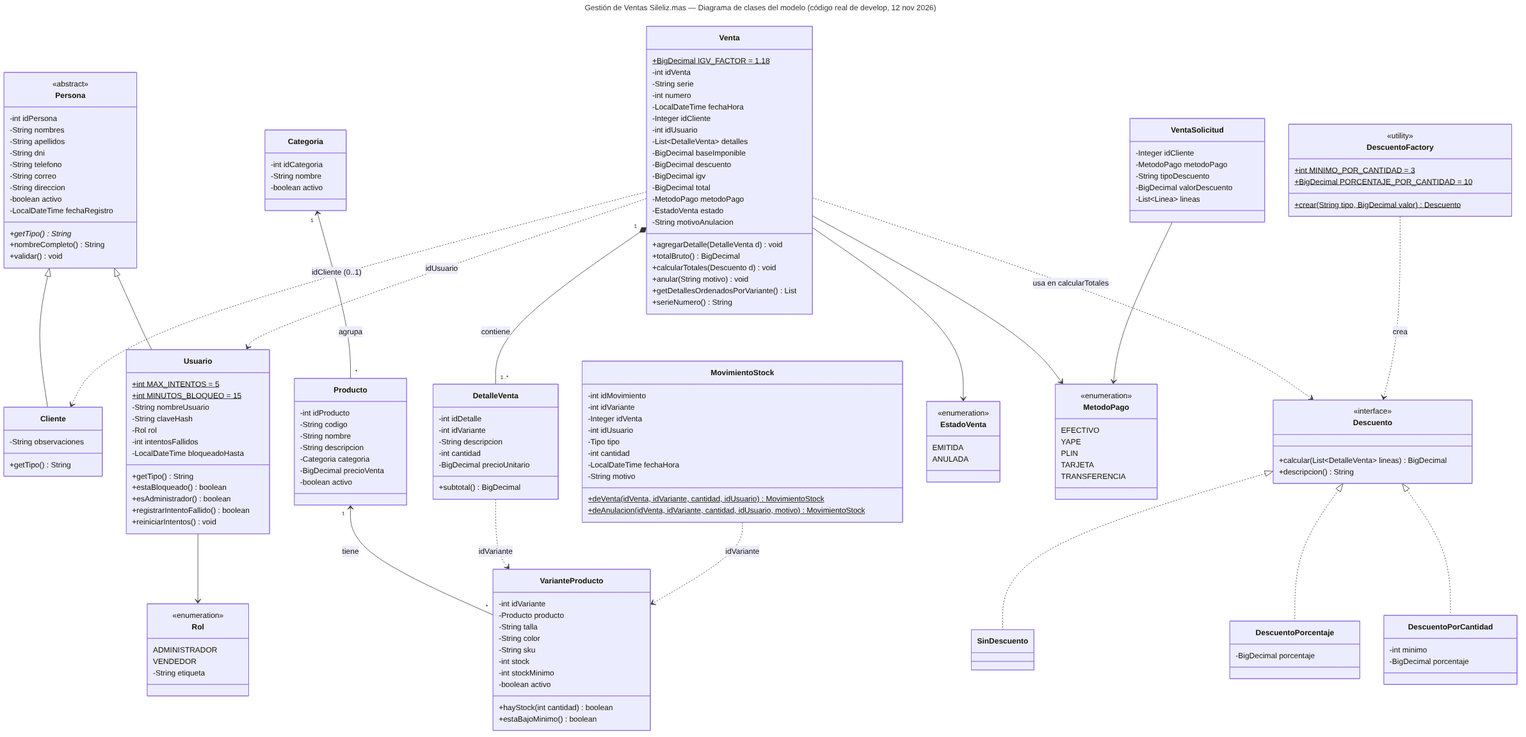
Earlier version of the Mermaid export docs/diagrama-clases.png (mateoazabache-art/sistema-ventas-sileliz). Its source is kept beside it as docs/diagrama-clases.mmd. Source of this version:
```mermaid
---
title: Gestión de Ventas Sileliz.mas — Diagrama de clases del modelo (código real de develop, 12 nov 2026)
---
classDiagram
    direction TB

    class Persona {
        <<abstract>>
        -int idPersona
        -String nombres
        -String apellidos
        -String dni
        -String telefono
        -String correo
        -String direccion
        -boolean activo
        -LocalDateTime fechaRegistro
        +getTipo()* String
        +nombreCompleto() String
        +validar() void
    }
    class Cliente {
        -String observaciones
        +getTipo() String
    }
    class Usuario {
        +int MAX_INTENTOS = 5$
        +int MINUTOS_BLOQUEO = 15$
        -String nombreUsuario
        -String claveHash
        -Rol rol
        -int intentosFallidos
        -LocalDateTime bloqueadoHasta
        +getTipo() String
        +estaBloqueado() boolean
        +esAdministrador() boolean
        +registrarIntentoFallido() boolean
        +reiniciarIntentos() void
    }
    class Rol {
        <<enumeration>>
        ADMINISTRADOR
        VENDEDOR
        -String etiqueta
    }
    Persona <|-- Cliente
    Persona <|-- Usuario
    Usuario --> Rol

    class Categoria {
        -int idCategoria
        -String nombre
        -boolean activo
    }
    class Producto {
        -int idProducto
        -String codigo
        -String nombre
        -String descripcion
        -Categoria categoria
        -BigDecimal precioVenta
        -boolean activo
    }
    class VarianteProducto {
        -int idVariante
        -Producto producto
        -String talla
        -String color
        -String sku
        -int stock
        -int stockMinimo
        -boolean activo
        +hayStock(int cantidad) boolean
        +estaBajoMinimo() boolean
    }
    Categoria "1" <-- "*" Producto : agrupa
    Producto "1" <-- "*" VarianteProducto : tiene

    class Venta {
        +BigDecimal IGV_FACTOR = 1.18$
        -int idVenta
        -String serie
        -int numero
        -LocalDateTime fechaHora
        -Integer idCliente
        -int idUsuario
        -List~DetalleVenta~ detalles
        -BigDecimal baseImponible
        -BigDecimal descuento
        -BigDecimal igv
        -BigDecimal total
        -MetodoPago metodoPago
        -EstadoVenta estado
        -String motivoAnulacion
        +agregarDetalle(DetalleVenta d) void
        +totalBruto() BigDecimal
        +calcularTotales(Descuento d) void
        +anular(String motivo) void
        +getDetallesOrdenadosPorVariante() List
        +serieNumero() String
    }
    class DetalleVenta {
        -int idDetalle
        -int idVariante
        -String descripcion
        -int cantidad
        -BigDecimal precioUnitario
        +subtotal() BigDecimal
    }
    class MovimientoStock {
        -int idMovimiento
        -int idVariante
        -Integer idVenta
        -int idUsuario
        -Tipo tipo
        -int cantidad
        -LocalDateTime fechaHora
        -String motivo
        +deVenta(idVenta, idVariante, cantidad, idUsuario)$ MovimientoStock
        +deAnulacion(idVenta, idVariante, cantidad, idUsuario, motivo)$ MovimientoStock
    }
    class EstadoVenta {
        <<enumeration>>
        EMITIDA
        ANULADA
    }
    class MetodoPago {
        <<enumeration>>
        EFECTIVO
        YAPE
        PLIN
        TARJETA
        TRANSFERENCIA
    }
    class VentaSolicitud {
        -Integer idCliente
        -MetodoPago metodoPago
        -String tipoDescuento
        -BigDecimal valorDescuento
        -List~Linea~ lineas
    }
    Venta "1" *-- "1..*" DetalleVenta : contiene
    Venta --> EstadoVenta
    Venta --> MetodoPago
    Venta ..> Descuento : usa en calcularTotales
    Venta ..> Cliente : idCliente (0..1)
    Venta ..> Usuario : idUsuario
    DetalleVenta ..> VarianteProducto : idVariante
    MovimientoStock ..> VarianteProducto : idVariante
    VentaSolicitud --> MetodoPago

    class Descuento {
        <<interface>>
        +calcular(List~DetalleVenta~ lineas) BigDecimal
        +descripcion() String
    }
    class SinDescuento
    class DescuentoPorcentaje {
        -BigDecimal porcentaje
    }
    class DescuentoPorCantidad {
        -int minimo
        -BigDecimal porcentaje
    }
    class DescuentoFactory {
        <<utility>>
        +int MINIMO_POR_CANTIDAD = 3$
        +BigDecimal PORCENTAJE_POR_CANTIDAD = 10$
        +crear(String tipo, BigDecimal valor)$ Descuento
    }
    Descuento <|.. SinDescuento
    Descuento <|.. DescuentoPorcentaje
    Descuento <|.. DescuentoPorCantidad
    DescuentoFactory ..> Descuento : crea
```
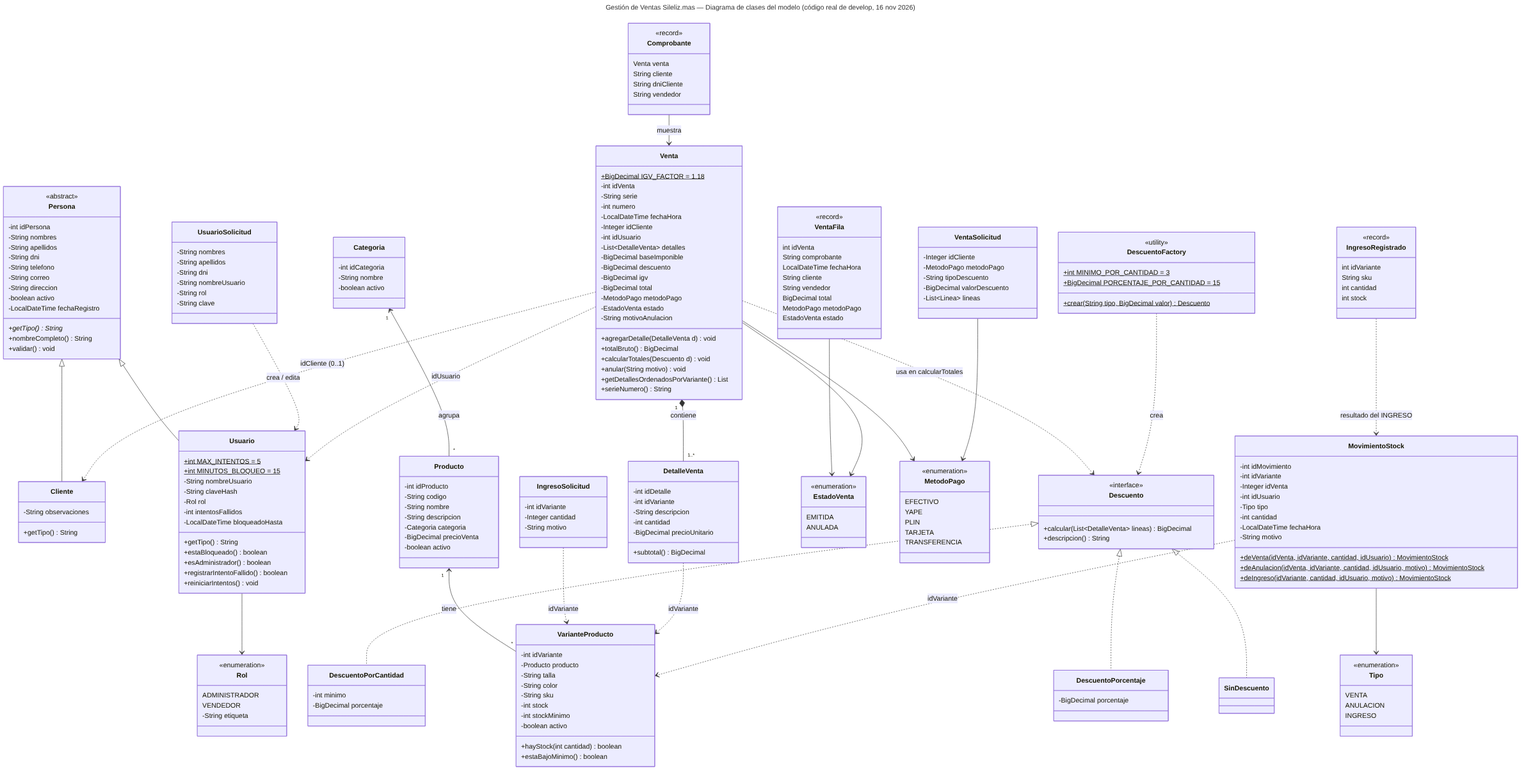
After the commit.

Commit message:
docs: diagrama de clases al 16 nov, diagrama de capas nuevo y conteo real de pruebas

Change to the diagram source:
```diff
@@ -1,5 +1,5 @@
 ---
-title: Gestión de Ventas Sileliz.mas — Diagrama de clases del modelo (código real de develop, 12 nov 2026)
+title: Gestión de Ventas Sileliz.mas — Diagrama de clases del modelo (código real de develop, 16 nov 2026)
 ---
 classDiagram
     direction TB
@@ -118,7 +118,15 @@
         -String motivo
         +deVenta(idVenta, idVariante, cantidad, idUsuario)$ MovimientoStock
         +deAnulacion(idVenta, idVariante, cantidad, idUsuario, motivo)$ MovimientoStock
+        +deIngreso(idVariante, cantidad, idUsuario, motivo)$ MovimientoStock
     }
+    class Tipo {
+        <<enumeration>>
+        VENTA
+        ANULACION
+        INGRESO
+    }
+    MovimientoStock --> Tipo
     class EstadoVenta {
         <<enumeration>>
         EMITIDA
@@ -139,6 +147,50 @@
         -BigDecimal valorDescuento
         -List~Linea~ lineas
     }
+    class Comprobante {
+        <<record>>
+        Venta venta
+        String cliente
+        String dniCliente
+        String vendedor
+    }
+    class VentaFila {
+        <<record>>
+        int idVenta
+        String comprobante
+        LocalDateTime fechaHora
+        String cliente
+        String vendedor
+        BigDecimal total
+        MetodoPago metodoPago
+        EstadoVenta estado
+    }
+    class IngresoSolicitud {
+        -int idVariante
+        -Integer cantidad
+        -String motivo
+    }
+    class IngresoRegistrado {
+        <<record>>
+        int idVariante
+        String sku
+        int cantidad
+        int stock
+    }
+    class UsuarioSolicitud {
+        -String nombres
+        -String apellidos
+        -String dni
+        -String nombreUsuario
+        -String rol
+        -String clave
+    }
+    Comprobante --> Venta : muestra
+    VentaFila --> EstadoVenta
+    IngresoSolicitud ..> VarianteProducto : idVariante
+    IngresoRegistrado ..> MovimientoStock : resultado del INGRESO
+    UsuarioSolicitud ..> Usuario : crea / edita
+
     Venta "1" *-- "1..*" DetalleVenta : contiene
     Venta --> EstadoVenta
     Venta --> MetodoPago
@@ -165,7 +217,7 @@
     class DescuentoFactory {
         <<utility>>
         +int MINIMO_POR_CANTIDAD = 3$
-        +BigDecimal PORCENTAJE_POR_CANTIDAD = 10$
+        +BigDecimal PORCENTAJE_POR_CANTIDAD = 15$
         +crear(String tipo, BigDecimal valor)$ Descuento
     }
     Descuento <|.. SinDescuento
```
